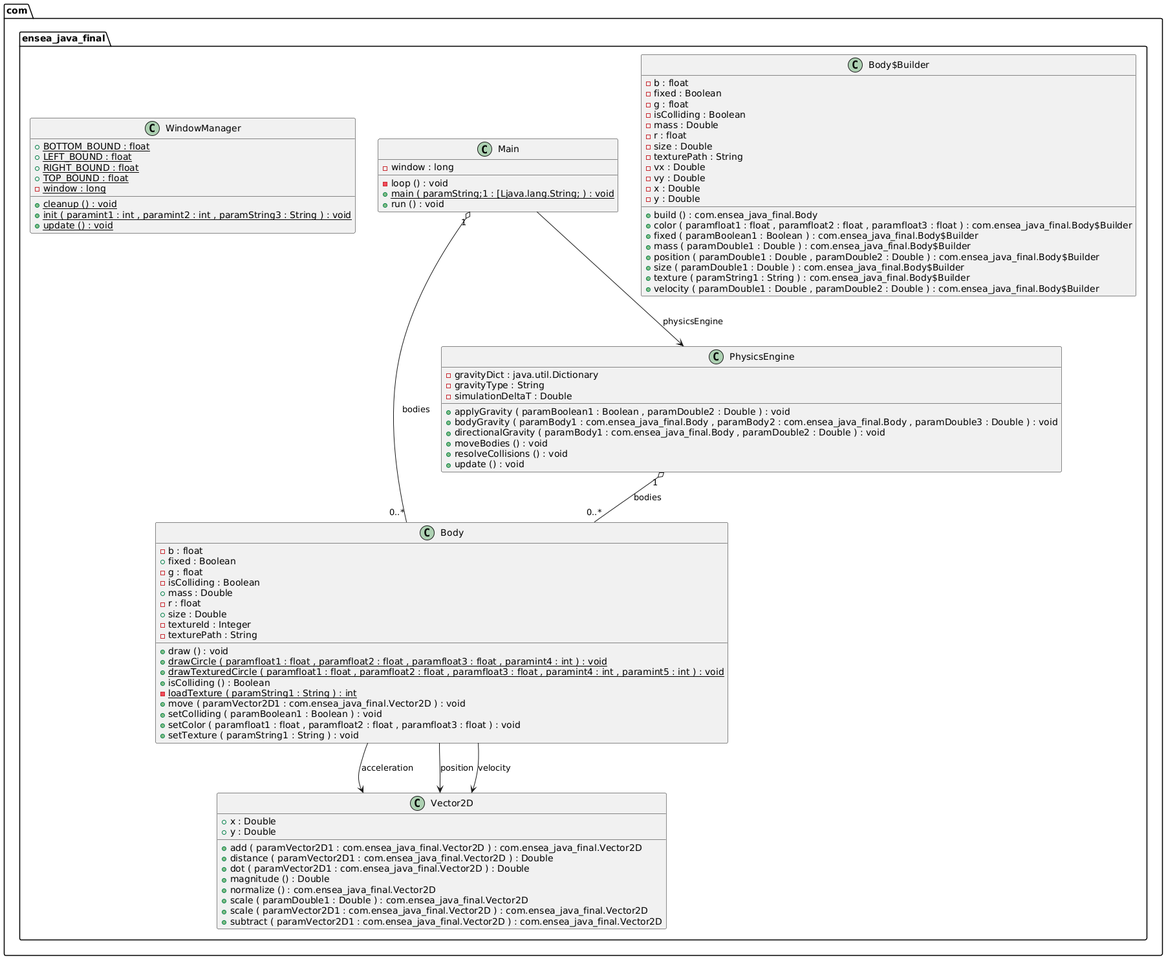
Earlier version of the PlantUML export demo/diagram/uml-diagram.png (AidanBaros/ENSEA_Java_Final). Its diagram source:
```plantuml
@startuml

class com.ensea_java_final.Body {
	{field} -b : float
	{field} +fixed : Boolean
	{field} -g : float
	{field} -isColliding : Boolean
	{field} +mass : Double
	{field} -r : float
	{field} +size : Double
	{field} -textureId : Integer
	{field} -texturePath : String
	{method} +draw () : void
	{method}  {static} +drawCircle ( paramfloat1 : float , paramfloat2 : float , paramfloat3 : float , paramint4 : int ) : void
	{method}  {static} +drawTexturedCircle ( paramfloat1 : float , paramfloat2 : float , paramfloat3 : float , paramint4 : int , paramint5 : int ) : void
	{method} +isColliding () : Boolean
	{method}  {static} -loadTexture ( paramString1 : String ) : int
	{method} +move ( paramVector2D1 : com.ensea_java_final.Vector2D ) : void
	{method} +setColliding ( paramBoolean1 : Boolean ) : void
	{method} +setColor ( paramfloat1 : float , paramfloat2 : float , paramfloat3 : float ) : void
	{method} +setTexture ( paramString1 : String ) : void
}


class com.ensea_java_final.Body$Builder {
	{field} -b : float
	{field} -fixed : Boolean
	{field} -g : float
	{field} -isColliding : Boolean
	{field} -mass : Double
	{field} -r : float
	{field} -size : Double
	{field} -texturePath : String
	{field} -vx : Double
	{field} -vy : Double
	{field} -x : Double
	{field} -y : Double
	{method} +build () : com.ensea_java_final.Body
	{method} +color ( paramfloat1 : float , paramfloat2 : float , paramfloat3 : float ) : com.ensea_java_final.Body$Builder
	{method} +fixed ( paramBoolean1 : Boolean ) : com.ensea_java_final.Body$Builder
	{method} +mass ( paramDouble1 : Double ) : com.ensea_java_final.Body$Builder
	{method} +position ( paramDouble1 : Double , paramDouble2 : Double ) : com.ensea_java_final.Body$Builder
	{method} +size ( paramDouble1 : Double ) : com.ensea_java_final.Body$Builder
	{method} +texture ( paramString1 : String ) : com.ensea_java_final.Body$Builder
	{method} +velocity ( paramDouble1 : Double , paramDouble2 : Double ) : com.ensea_java_final.Body$Builder
}


class com.ensea_java_final.Main {
	{field} -window : long
	{method} -loop () : void
	{method}  {static} +main ( paramString;1 : [Ljava.lang.String; ) : void
	{method} +run () : void
}


class com.ensea_java_final.PhysicsEngine {
	{field} -gravityDict : java.util.Dictionary
	{field} -gravityType : String
	{field} -simulationDeltaT : Double
	{method} +applyGravity ( paramBoolean1 : Boolean , paramDouble2 : Double ) : void
	{method} +bodyGravity ( paramBody1 : com.ensea_java_final.Body , paramBody2 : com.ensea_java_final.Body , paramDouble3 : Double ) : void
	{method} +directionalGravity ( paramBody1 : com.ensea_java_final.Body , paramDouble2 : Double ) : void
	{method} +moveBodies () : void
	{method} +resolveCollisions () : void
	{method} +update () : void
}


class com.ensea_java_final.Vector2D {
	{field} +x : Double
	{field} +y : Double
	{method} +add ( paramVector2D1 : com.ensea_java_final.Vector2D ) : com.ensea_java_final.Vector2D
	{method} +distance ( paramVector2D1 : com.ensea_java_final.Vector2D ) : Double
	{method} +dot ( paramVector2D1 : com.ensea_java_final.Vector2D ) : Double
	{method} +magnitude () : Double
	{method} +normalize () : com.ensea_java_final.Vector2D
	{method} +scale ( paramDouble1 : Double ) : com.ensea_java_final.Vector2D
	{method} +scale ( paramVector2D1 : com.ensea_java_final.Vector2D ) : com.ensea_java_final.Vector2D
	{method} +subtract ( paramVector2D1 : com.ensea_java_final.Vector2D ) : com.ensea_java_final.Vector2D
}


class com.ensea_java_final.WindowManager {
	{field} {static} +BOTTOM_BOUND : float
	{field} {static} +LEFT_BOUND : float
	{field} {static} +RIGHT_BOUND : float
	{field} {static} +TOP_BOUND : float
	{field} {static} -window : long
	{method}  {static} +cleanup () : void
	{method}  {static} +init ( paramint1 : int , paramint2 : int , paramString3 : String ) : void
	{method}  {static} +update () : void
}




com.ensea_java_final.Body -->  com.ensea_java_final.Vector2D : acceleration
com.ensea_java_final.Body -->  com.ensea_java_final.Vector2D : position
com.ensea_java_final.Body -->  com.ensea_java_final.Vector2D : velocity
com.ensea_java_final.Main "1" o-- "0..*"  com.ensea_java_final.Body : bodies
com.ensea_java_final.Main -->  com.ensea_java_final.PhysicsEngine : physicsEngine
com.ensea_java_final.PhysicsEngine "1" o-- "0..*"  com.ensea_java_final.Body : bodies


@enduml
```
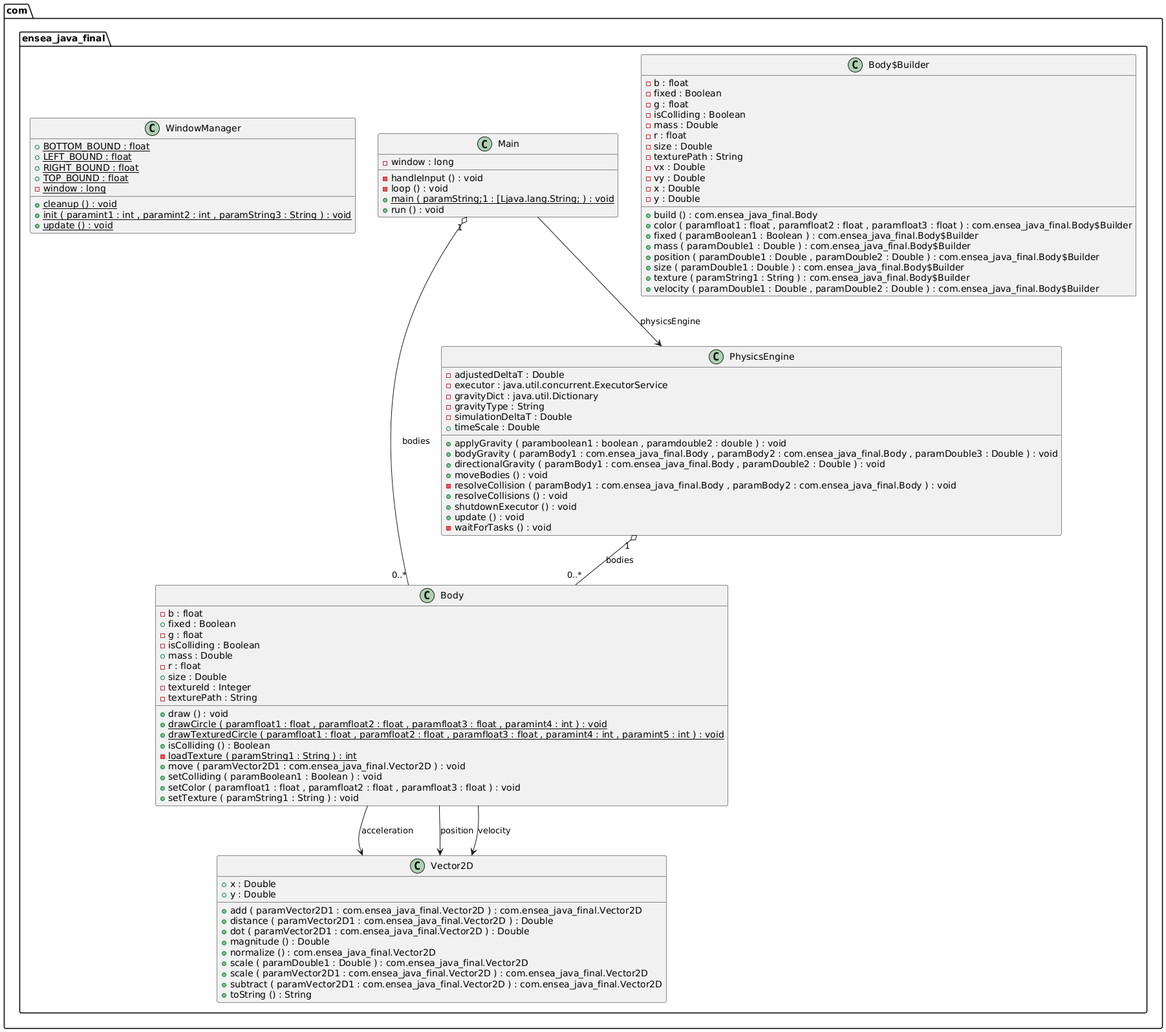
After the change.

Commit message:
Update UML diagram [auto]

The edit, as a diff of the source:
```diff
@@ -48,6 +48,7 @@
 
 class com.ensea_java_final.Main {
 	{field} -window : long
+	{method} -handleInput () : void
 	{method} -loop () : void
 	{method}  {static} +main ( paramString;1 : [Ljava.lang.String; ) : void
 	{method} +run () : void
@@ -55,15 +56,21 @@
 
 
 class com.ensea_java_final.PhysicsEngine {
+	{field} -adjustedDeltaT : Double
+	{field} -executor : java.util.concurrent.ExecutorService
 	{field} -gravityDict : java.util.Dictionary
 	{field} -gravityType : String
 	{field} -simulationDeltaT : Double
-	{method} +applyGravity ( paramBoolean1 : Boolean , paramDouble2 : Double ) : void
+	{field} +timeScale : Double
+	{method} +applyGravity ( paramboolean1 : boolean , paramdouble2 : double ) : void
 	{method} +bodyGravity ( paramBody1 : com.ensea_java_final.Body , paramBody2 : com.ensea_java_final.Body , paramDouble3 : Double ) : void
 	{method} +directionalGravity ( paramBody1 : com.ensea_java_final.Body , paramDouble2 : Double ) : void
 	{method} +moveBodies () : void
+	{method} -resolveCollision ( paramBody1 : com.ensea_java_final.Body , paramBody2 : com.ensea_java_final.Body ) : void
 	{method} +resolveCollisions () : void
+	{method} +shutdownExecutor () : void
 	{method} +update () : void
+	{method} -waitForTasks () : void
 }
 
 
@@ -78,6 +85,7 @@
 	{method} +scale ( paramDouble1 : Double ) : com.ensea_java_final.Vector2D
 	{method} +scale ( paramVector2D1 : com.ensea_java_final.Vector2D ) : com.ensea_java_final.Vector2D
 	{method} +subtract ( paramVector2D1 : com.ensea_java_final.Vector2D ) : com.ensea_java_final.Vector2D
+	{method} +toString () : String
 }
 
 
```
